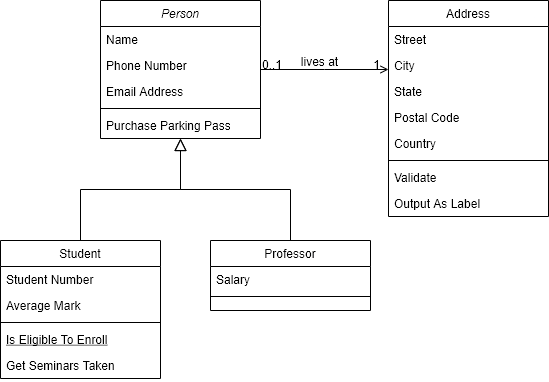
Above: SBBT_Class_Diagram.png in SilicaDurumi/draw.io (draw.io), before the change. Source tidied: cells renumbered, new cells last; positions are measured from the earlier drawing's top-left corner, leaving out a move shared by most shapes.
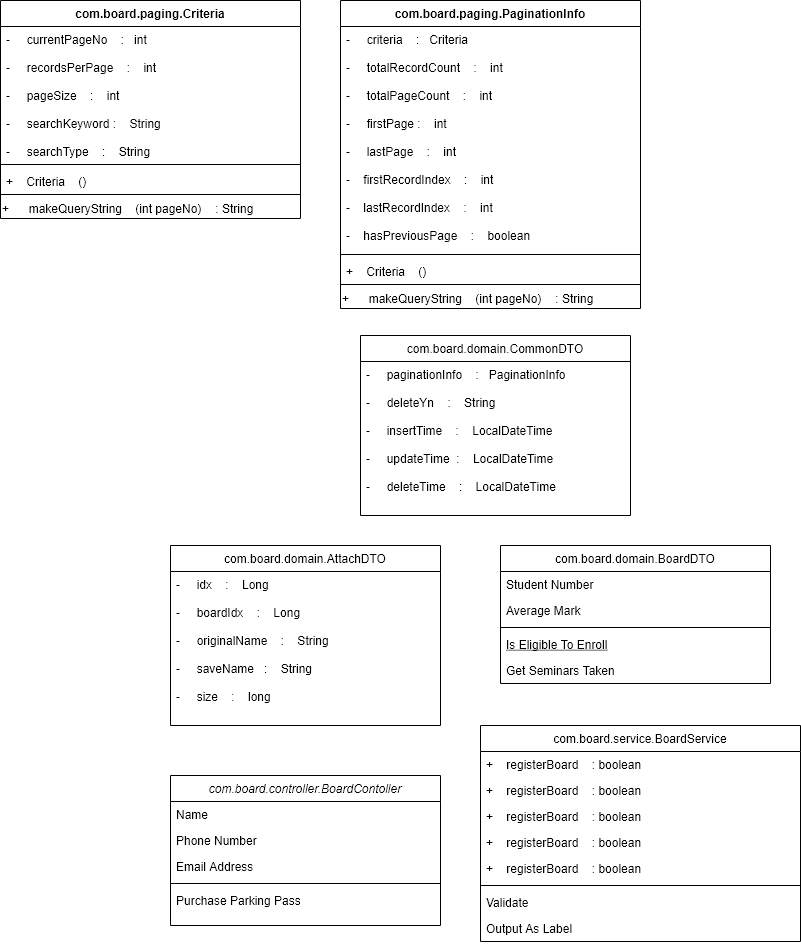
The same file after the commit.

Change to the diagram source:
```diff
@@ -2,103 +2,116 @@
   <root>
     <mxCell id="0" />
     <mxCell id="1" parent="0" />
-    <mxCell id="2" value="Person" style="swimlane;fontStyle=2;align=center;verticalAlign=top;horizontal=1;startSize=26;rounded=0;shadow=0;strokeWidth=1;" parent="1" vertex="1">
-      <mxGeometry x="100" width="160" height="138" as="geometry" />
+    <mxCell id="2" value="com.board.controller.BoardContoller" style="swimlane;fontStyle=2;align=center;verticalAlign=top;horizontal=1;startSize=26;rounded=0;shadow=0;strokeWidth=1;" parent="1" vertex="1">
+      <mxGeometry x="-250" y="-210" width="270" height="150" as="geometry" />
     </mxCell>
     <mxCell id="3" value="Name" style="text;align=left;verticalAlign=top;spacingLeft=4;spacingRight=4;overflow=hidden;" parent="2" vertex="1">
-      <mxGeometry y="26" width="160" height="26" as="geometry" />
+      <mxGeometry y="26" width="270" height="26" as="geometry" />
     </mxCell>
     <mxCell id="4" value="Phone Number" style="text;align=left;verticalAlign=top;spacingLeft=4;spacingRight=4;overflow=hidden;rounded=0;shadow=0;html=0;" parent="2" vertex="1">
-      <mxGeometry y="52" width="160" height="26" as="geometry" />
+      <mxGeometry y="52" width="270" height="26" as="geometry" />
     </mxCell>
     <mxCell id="5" value="Email Address" style="text;align=left;verticalAlign=top;spacingLeft=4;spacingRight=4;overflow=hidden;rounded=0;shadow=0;html=0;" parent="2" vertex="1">
-      <mxGeometry y="78" width="160" height="26" as="geometry" />
+      <mxGeometry y="78" width="270" height="26" as="geometry" />
     </mxCell>
     <mxCell id="6" style="line;html=1;strokeWidth=1;align=left;verticalAlign=middle;spacingTop=-1;spacingLeft=3;spacingRight=3;labelPosition=right;" parent="2" vertex="1">
-      <mxGeometry y="104" width="160" height="8" as="geometry" />
+      <mxGeometry y="104" width="270" height="8" as="geometry" />
     </mxCell>
     <mxCell id="7" value="Purchase Parking Pass" style="text;align=left;verticalAlign=top;spacingLeft=4;spacingRight=4;overflow=hidden;" parent="2" vertex="1">
-      <mxGeometry y="112" width="160" height="26" as="geometry" />
+      <mxGeometry y="112" width="270" height="26" as="geometry" />
     </mxCell>
-    <mxCell id="8" value="Student" style="swimlane;fontStyle=0;align=center;verticalAlign=top;horizontal=1;startSize=26;rounded=0;shadow=0;strokeWidth=1;" parent="1" vertex="1">
-      <mxGeometry y="240" width="160" height="138" as="geometry" />
+    <mxCell id="8" value="com.board.domain.AttachDTO" style="swimlane;fontStyle=0;align=center;verticalAlign=top;horizontal=1;startSize=26;rounded=0;shadow=0;strokeWidth=1;" parent="1" vertex="1">
+      <mxGeometry x="-250" y="-440" width="270" height="180" as="geometry" />
     </mxCell>
-    <mxCell id="9" value="Student Number" style="text;align=left;verticalAlign=top;spacingLeft=4;spacingRight=4;overflow=hidden;" parent="8" vertex="1">
-      <mxGeometry y="26" width="160" height="26" as="geometry" />
+    <mxCell id="9" value="-     idx    :    Long&#10;&#10;-     boardIdx    :    Long&#10;&#10;-     originalName    :    String&#10;&#10;-     saveName   :    String&#10;&#10;-     size    :    long" style="text;align=left;verticalAlign=top;spacingLeft=4;spacingRight=4;overflow=hidden;" parent="8" vertex="1">
+      <mxGeometry y="26" width="270" height="154" as="geometry" />
     </mxCell>
-    <mxCell id="10" value="Average Mark" style="text;align=left;verticalAlign=top;spacingLeft=4;spacingRight=4;overflow=hidden;rounded=0;shadow=0;html=0;" parent="8" vertex="1">
-      <mxGeometry y="52" width="160" height="26" as="geometry" />
-    </mxCell>
-    <mxCell id="11" style="line;html=1;strokeWidth=1;align=left;verticalAlign=middle;spacingTop=-1;spacingLeft=3;spacingRight=3;labelPosition=right;" parent="8" vertex="1">
-      <mxGeometry y="78" width="160" height="8" as="geometry" />
-    </mxCell>
-    <mxCell id="12" value="Is Eligible To Enroll" style="text;align=left;verticalAlign=top;spacingLeft=4;spacingRight=4;overflow=hidden;fontStyle=4;" parent="8" vertex="1">
-      <mxGeometry y="86" width="160" height="26" as="geometry" />
-    </mxCell>
-    <mxCell id="13" value="Get Seminars Taken" style="text;align=left;verticalAlign=top;spacingLeft=4;spacingRight=4;overflow=hidden;" parent="8" vertex="1">
-      <mxGeometry y="112" width="160" height="26" as="geometry" />
-    </mxCell>
-    <mxCell id="14" style="endArrow=block;endSize=10;endFill=0;shadow=0;strokeWidth=1;rounded=0;edgeStyle=elbowEdgeStyle;elbow=vertical;" parent="1" edge="1" source="8" target="2">
-      <mxGeometry relative="1" as="geometry" />
-    </mxCell>
-    <mxCell id="15" value="Professor" style="swimlane;fontStyle=0;align=center;verticalAlign=top;horizontal=1;startSize=26;rounded=0;shadow=0;strokeWidth=1;" parent="1" vertex="1">
-      <mxGeometry x="210" y="240" width="160" height="70" as="geometry" />
-    </mxCell>
-    <mxCell id="16" value="Salary" style="text;align=left;verticalAlign=top;spacingLeft=4;spacingRight=4;overflow=hidden;" parent="15" vertex="1">
-      <mxGeometry y="26" width="160" height="26" as="geometry" />
-    </mxCell>
-    <mxCell id="17" style="line;html=1;strokeWidth=1;align=left;verticalAlign=middle;spacingTop=-1;spacingLeft=3;spacingRight=3;labelPosition=right;" parent="15" vertex="1">
-      <mxGeometry y="52" width="160" height="8" as="geometry" />
-    </mxCell>
-    <mxCell id="18" style="endArrow=block;endSize=10;endFill=0;shadow=0;strokeWidth=1;rounded=0;edgeStyle=elbowEdgeStyle;elbow=vertical;" parent="1" edge="1" source="15" target="2">
-      <mxGeometry relative="1" as="geometry" />
-    </mxCell>
-    <mxCell id="19" value="Address" style="swimlane;fontStyle=0;align=center;verticalAlign=top;horizontal=1;startSize=26;rounded=0;shadow=0;strokeWidth=1;" parent="1" vertex="1">
-      <mxGeometry x="388" width="160" height="216" as="geometry" />
+    <mxCell id="19" value="com.board.service.BoardService" style="swimlane;fontStyle=0;align=center;verticalAlign=top;horizontal=1;startSize=26;rounded=0;shadow=0;strokeWidth=1;" parent="1" vertex="1">
+      <mxGeometry x="60" y="-260" width="320" height="216" as="geometry" />
     </mxCell>
-    <mxCell id="20" value="Street" style="text;align=left;verticalAlign=top;spacingLeft=4;spacingRight=4;overflow=hidden;" parent="19" vertex="1">
-      <mxGeometry y="26" width="160" height="26" as="geometry" />
+    <mxCell id="20" value="+    registerBoard    : boolean" style="text;align=left;verticalAlign=top;spacingLeft=4;spacingRight=4;overflow=hidden;" parent="19" vertex="1">
+      <mxGeometry y="26" width="320" height="26" as="geometry" />
     </mxCell>
-    <mxCell id="21" value="City" style="text;align=left;verticalAlign=top;spacingLeft=4;spacingRight=4;overflow=hidden;rounded=0;shadow=0;html=0;" parent="19" vertex="1">
-      <mxGeometry y="52" width="160" height="26" as="geometry" />
+    <mxCell id="21" value="+    registerBoard    : boolean" style="text;align=left;verticalAlign=top;spacingLeft=4;spacingRight=4;overflow=hidden;rounded=0;shadow=0;html=0;" parent="19" vertex="1">
+      <mxGeometry y="52" width="320" height="26" as="geometry" />
     </mxCell>
-    <mxCell id="22" value="State" style="text;align=left;verticalAlign=top;spacingLeft=4;spacingRight=4;overflow=hidden;rounded=0;shadow=0;html=0;" parent="19" vertex="1">
-      <mxGeometry y="78" width="160" height="26" as="geometry" />
+    <mxCell id="22" value="+    registerBoard    : boolean" style="text;align=left;verticalAlign=top;spacingLeft=4;spacingRight=4;overflow=hidden;rounded=0;shadow=0;html=0;" parent="19" vertex="1">
+      <mxGeometry y="78" width="320" height="26" as="geometry" />
     </mxCell>
-    <mxCell id="23" value="Postal Code" style="text;align=left;verticalAlign=top;spacingLeft=4;spacingRight=4;overflow=hidden;rounded=0;shadow=0;html=0;" parent="19" vertex="1">
-      <mxGeometry y="104" width="160" height="26" as="geometry" />
+    <mxCell id="23" value="+    registerBoard    : boolean" style="text;align=left;verticalAlign=top;spacingLeft=4;spacingRight=4;overflow=hidden;rounded=0;shadow=0;html=0;" parent="19" vertex="1">
+      <mxGeometry y="104" width="320" height="26" as="geometry" />
     </mxCell>
-    <mxCell id="24" value="Country" style="text;align=left;verticalAlign=top;spacingLeft=4;spacingRight=4;overflow=hidden;rounded=0;shadow=0;html=0;" parent="19" vertex="1">
-      <mxGeometry y="130" width="160" height="26" as="geometry" />
+    <mxCell id="24" value="+    registerBoard    : boolean" style="text;align=left;verticalAlign=top;spacingLeft=4;spacingRight=4;overflow=hidden;rounded=0;shadow=0;html=0;" parent="19" vertex="1">
+      <mxGeometry y="130" width="320" height="26" as="geometry" />
     </mxCell>
     <mxCell id="25" style="line;html=1;strokeWidth=1;align=left;verticalAlign=middle;spacingTop=-1;spacingLeft=3;spacingRight=3;labelPosition=right;" parent="19" vertex="1">
-      <mxGeometry y="156" width="160" height="8" as="geometry" />
+      <mxGeometry y="156" width="320" height="8" as="geometry" />
     </mxCell>
     <mxCell id="26" value="Validate" style="text;align=left;verticalAlign=top;spacingLeft=4;spacingRight=4;overflow=hidden;" parent="19" vertex="1">
-      <mxGeometry y="164" width="160" height="26" as="geometry" />
+      <mxGeometry y="164" width="320" height="26" as="geometry" />
     </mxCell>
     <mxCell id="27" value="Output As Label" style="text;align=left;verticalAlign=top;spacingLeft=4;spacingRight=4;overflow=hidden;" parent="19" vertex="1">
-      <mxGeometry y="190" width="160" height="26" as="geometry" />
+      <mxGeometry y="190" width="320" height="26" as="geometry" />
     </mxCell>
-    <mxCell id="28" style="endArrow=open;shadow=0;strokeWidth=1;rounded=0;endFill=1;edgeStyle=elbowEdgeStyle;elbow=vertical;" parent="1" edge="1" source="2" target="19">
-      <mxGeometry x="0.5" y="41" relative="1" as="geometry">
-        <mxPoint x="-40" y="32" as="offset" />
-      </mxGeometry>
-    </mxCell>
-    <mxCell id="29" value="0..1" style="align=left;verticalAlign=bottom;labelBackgroundColor=none;fontSize=12;" parent="28" vertex="1">
-      <mxGeometry x="-1" relative="1" as="geometry">
-        <mxPoint y="4" as="offset" />
-      </mxGeometry>
-    </mxCell>
-    <mxCell id="30" value="1" style="align=right;verticalAlign=bottom;labelBackgroundColor=none;fontSize=12;" parent="28" vertex="1">
-      <mxGeometry x="1" relative="1" as="geometry">
-        <mxPoint x="-7" y="4" as="offset" />
-      </mxGeometry>
-    </mxCell>
-    <mxCell id="31" value="lives at" style="text;html=1;align=center;verticalAlign=middle;labelBackgroundColor=none;rounded=0;shadow=0;strokeWidth=1;fontSize=12;" parent="28" vertex="1">
-      <mxGeometry x="0.5" y="49" relative="1" as="geometry">
-        <mxPoint x="-38" y="40" as="offset" />
-      </mxGeometry>
-    </mxCell>
+    <mxCell id="32" value="com.board.domain.BoardDTO" style="swimlane;fontStyle=0;align=center;verticalAlign=top;horizontal=1;startSize=26;rounded=0;shadow=0;strokeWidth=1;" parent="1" vertex="1">
+      <mxGeometry x="80" y="-440" width="270" height="138" as="geometry" />
+    </mxCell>
+    <mxCell id="33" value="Student Number" style="text;align=left;verticalAlign=top;spacingLeft=4;spacingRight=4;overflow=hidden;" parent="32" vertex="1">
+      <mxGeometry y="26" width="270" height="26" as="geometry" />
+    </mxCell>
+    <mxCell id="10" value="Average Mark" style="text;align=left;verticalAlign=top;spacingLeft=4;spacingRight=4;overflow=hidden;rounded=0;shadow=0;html=0;" parent="32" vertex="1">
+      <mxGeometry y="52" width="270" height="26" as="geometry" />
+    </mxCell>
+    <mxCell id="34" style="line;html=1;strokeWidth=1;align=left;verticalAlign=middle;spacingTop=-1;spacingLeft=3;spacingRight=3;labelPosition=right;" parent="32" vertex="1">
+      <mxGeometry y="78" width="270" height="8" as="geometry" />
+    </mxCell>
+    <mxCell id="12" value="Is Eligible To Enroll" style="text;align=left;verticalAlign=top;spacingLeft=4;spacingRight=4;overflow=hidden;fontStyle=4;" parent="32" vertex="1">
+      <mxGeometry y="86" width="270" height="26" as="geometry" />
+    </mxCell>
+    <mxCell id="13" value="Get Seminars Taken" style="text;align=left;verticalAlign=top;spacingLeft=4;spacingRight=4;overflow=hidden;" parent="32" vertex="1">
+      <mxGeometry y="112" width="270" height="26" as="geometry" />
+    </mxCell>
+    <mxCell id="35" value="com.board.domain.CommonDTO" style="swimlane;fontStyle=0;align=center;verticalAlign=top;horizontal=1;startSize=26;rounded=0;shadow=0;strokeWidth=1;" parent="1" vertex="1">
+      <mxGeometry x="-60" y="-650" width="270" height="180" as="geometry" />
+    </mxCell>
+    <mxCell id="36" value="-     paginationInfo    :   PaginationInfo&#10;&#10;-     deleteYn    :    String&#10;&#10;-     insertTime    :    LocalDateTime&#10;&#10;-     updateTime  :    LocalDateTime&#10;&#10;-     deleteTime    :    LocalDateTime" style="text;align=left;verticalAlign=top;spacingLeft=4;spacingRight=4;overflow=hidden;" parent="35" vertex="1">
+      <mxGeometry y="26" width="270" height="154" as="geometry" />
+    </mxCell>
+    <mxCell id="37" value="com.board.paging.Criteria" style="swimlane;fontStyle=1;align=center;verticalAlign=top;horizontal=1;startSize=26;" parent="1" vertex="1">
+      <mxGeometry x="-420" y="-985" width="300" height="218" as="geometry" />
+    </mxCell>
+    <mxCell id="38" value="-     currentPageNo    :   int&#10;&#10;-     recordsPerPage    :    int&#10;&#10;-     pageSize    :    int&#10;&#10;-     searchKeyword :    String&#10;&#10;-     searchType    :    String" style="text;strokeColor=none;fillColor=none;align=left;verticalAlign=top;spacingLeft=4;spacingRight=4;overflow=hidden;" parent="37" vertex="1">
+      <mxGeometry y="26" width="300" height="134" as="geometry" />
+    </mxCell>
+    <mxCell id="39" style="line;strokeWidth=1;fillColor=none;align=left;verticalAlign=middle;spacingTop=-1;spacingLeft=3;spacingRight=3;labelPosition=right;" parent="37" vertex="1">
+      <mxGeometry y="160" width="300" height="8" as="geometry" />
+    </mxCell>
+    <mxCell id="40" value="+    Criteria    ()" style="text;strokeColor=none;fillColor=none;align=left;verticalAlign=top;spacingLeft=4;spacingRight=4;overflow=hidden;" parent="37" vertex="1">
+      <mxGeometry y="168" width="300" height="22" as="geometry" />
+    </mxCell>
+    <mxCell id="41" style="line;strokeWidth=1;fillColor=none;align=left;verticalAlign=middle;spacingTop=-1;spacingLeft=3;spacingRight=3;labelPosition=right;" parent="37" vertex="1">
+      <mxGeometry y="190" width="300" height="8" as="geometry" />
+    </mxCell>
+    <mxCell id="42" value="+&lt;span style=&quot;white-space: pre&quot;&gt;&#9;&lt;/span&gt;makeQueryString&lt;span style=&quot;white-space: pre&quot;&gt;&#9;&lt;/span&gt;(int pageNo)&lt;span style=&quot;white-space: pre&quot;&gt;&#9;&lt;/span&gt;: String" style="text;html=1;strokeColor=none;fillColor=none;align=left;verticalAlign=middle;whiteSpace=wrap;rounded=0;" parent="37" vertex="1">
+      <mxGeometry y="198" width="300" height="20" as="geometry" />
+    </mxCell>
+    <mxCell id="43" value="com.board.paging.PaginationInfo" style="swimlane;fontStyle=1;align=center;verticalAlign=top;horizontal=1;startSize=26;" parent="1" vertex="1">
+      <mxGeometry x="-80" y="-985" width="300" height="308" as="geometry" />
+    </mxCell>
+    <mxCell id="44" value="-     criteria    :   Criteria&#10;&#10;-     totalRecordCount    :    int&#10;&#10;-     totalPageCount    :    int&#10;&#10;-     firstPage :    int&#10;&#10;-     lastPage    :    int&#10;&#10;-    firstRecordIndex    :    int&#10;&#10;-    lastRecordIndex    :    int&#10;&#10;-    hasPreviousPage    :    boolean&#10;&#10;&#10;" style="text;strokeColor=none;fillColor=none;align=left;verticalAlign=top;spacingLeft=4;spacingRight=4;overflow=hidden;" parent="43" vertex="1">
+      <mxGeometry y="26" width="300" height="224" as="geometry" />
+    </mxCell>
+    <mxCell id="45" style="line;strokeWidth=1;fillColor=none;align=left;verticalAlign=middle;spacingTop=-1;spacingLeft=3;spacingRight=3;labelPosition=right;" parent="43" vertex="1">
+      <mxGeometry y="250" width="300" height="8" as="geometry" />
+    </mxCell>
+    <mxCell id="46" value="+    Criteria    ()" style="text;strokeColor=none;fillColor=none;align=left;verticalAlign=top;spacingLeft=4;spacingRight=4;overflow=hidden;" parent="43" vertex="1">
+      <mxGeometry y="258" width="300" height="22" as="geometry" />
+    </mxCell>
+    <mxCell id="47" style="line;strokeWidth=1;fillColor=none;align=left;verticalAlign=middle;spacingTop=-1;spacingLeft=3;spacingRight=3;labelPosition=right;" parent="43" vertex="1">
+      <mxGeometry y="280" width="300" height="8" as="geometry" />
+    </mxCell>
+    <mxCell id="48" value="+&lt;span style=&quot;white-space: pre&quot;&gt;&#9;&lt;/span&gt;makeQueryString&lt;span style=&quot;white-space: pre&quot;&gt;&#9;&lt;/span&gt;(int pageNo)&lt;span style=&quot;white-space: pre&quot;&gt;&#9;&lt;/span&gt;: String" style="text;html=1;strokeColor=none;fillColor=none;align=left;verticalAlign=middle;whiteSpace=wrap;rounded=0;" parent="43" vertex="1">
+      <mxGeometry y="288" width="300" height="20" as="geometry" />
+    </mxCell>
   </root>
 </mxGraphModel>
```
